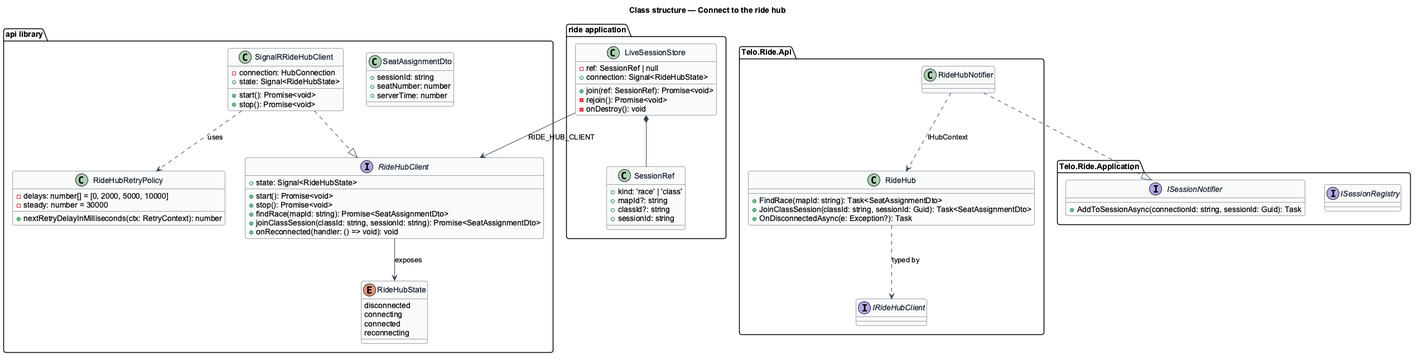
Before: docs/detailed-designs/multiplayer/connect-to-the-ride-hub/diagrams/class-structure.png, a diagram exported from PlantUML (QuinntyneBrown/ride-one).
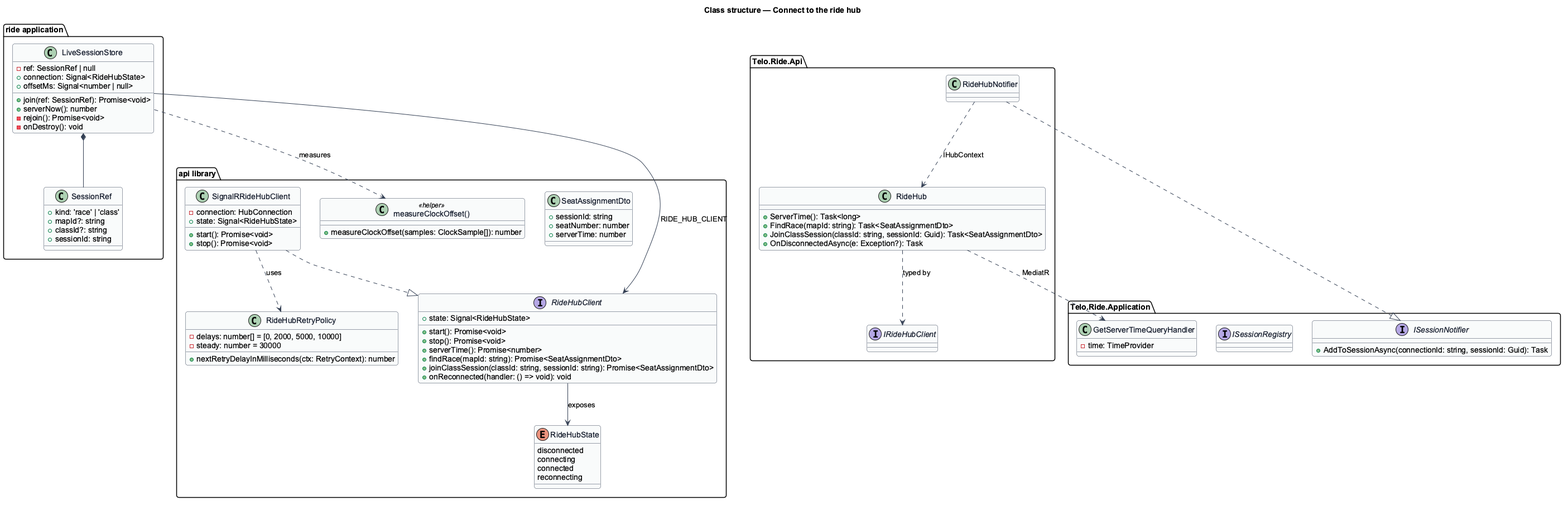
After the commit.

Commit message:
Answer the ride hub's ServerTime for the clock offset (slice 14.1)

Diff of the diagram source:
```diff
@@ -17,6 +17,7 @@
     +state: Signal<RideHubState>
     +start(): Promise<void>
     +stop(): Promise<void>
+    +serverTime(): Promise<number>
     +findRace(mapId: string): Promise<SeatAssignmentDto>
     +joinClassSession(classId: string, sessionId: string): Promise<SeatAssignmentDto>
     +onReconnected(handler: () => void): void
@@ -31,6 +32,9 @@
     -delays: number[] = [0, 2000, 5000, 10000]
     -steady: number = 30000
     +nextRetryDelayInMilliseconds(ctx: RetryContext): number
+  }
+  class "measureClockOffset()" as offset <<helper>> {
+    +measureClockOffset(samples: ClockSample[]): number
   }
   enum RideHubState {
     disconnected
@@ -48,7 +52,9 @@
   class LiveSessionStore {
     -ref: SessionRef | null
     +connection: Signal<RideHubState>
+    +offsetMs: Signal<number | null>
     +join(ref: SessionRef): Promise<void>
+    +serverNow(): number
     -rejoin(): Promise<void>
     -onDestroy(): void
   }
@@ -61,6 +67,7 @@
 }
 package "Telo.Ride.Api" {
   class RideHub {
+    +ServerTime(): Task<long>
     +FindRace(mapId: string): Task<SeatAssignmentDto>
     +JoinClassSession(classId: string, sessionId: Guid): Task<SeatAssignmentDto>
     +OnDisconnectedAsync(e: Exception?): Task
@@ -73,6 +80,9 @@
     +AddToSessionAsync(connectionId: string, sessionId: Guid): Task
   }
   interface ISessionRegistry
+  class GetServerTimeQueryHandler {
+    -time: TimeProvider
+  }
 }
 
 SignalRRideHubClient ..|> RideHubClient
@@ -80,6 +90,8 @@
 RideHubClient --> RideHubState : exposes
 LiveSessionStore --> RideHubClient : RIDE_HUB_CLIENT
 LiveSessionStore *-- SessionRef
+LiveSessionStore ..> offset : measures
+RideHub ..> GetServerTimeQueryHandler : MediatR
 RideHub ..> IRideHubClient : typed by
 RideHubNotifier ..|> ISessionNotifier
 RideHubNotifier ..> RideHub : IHubContext
```
